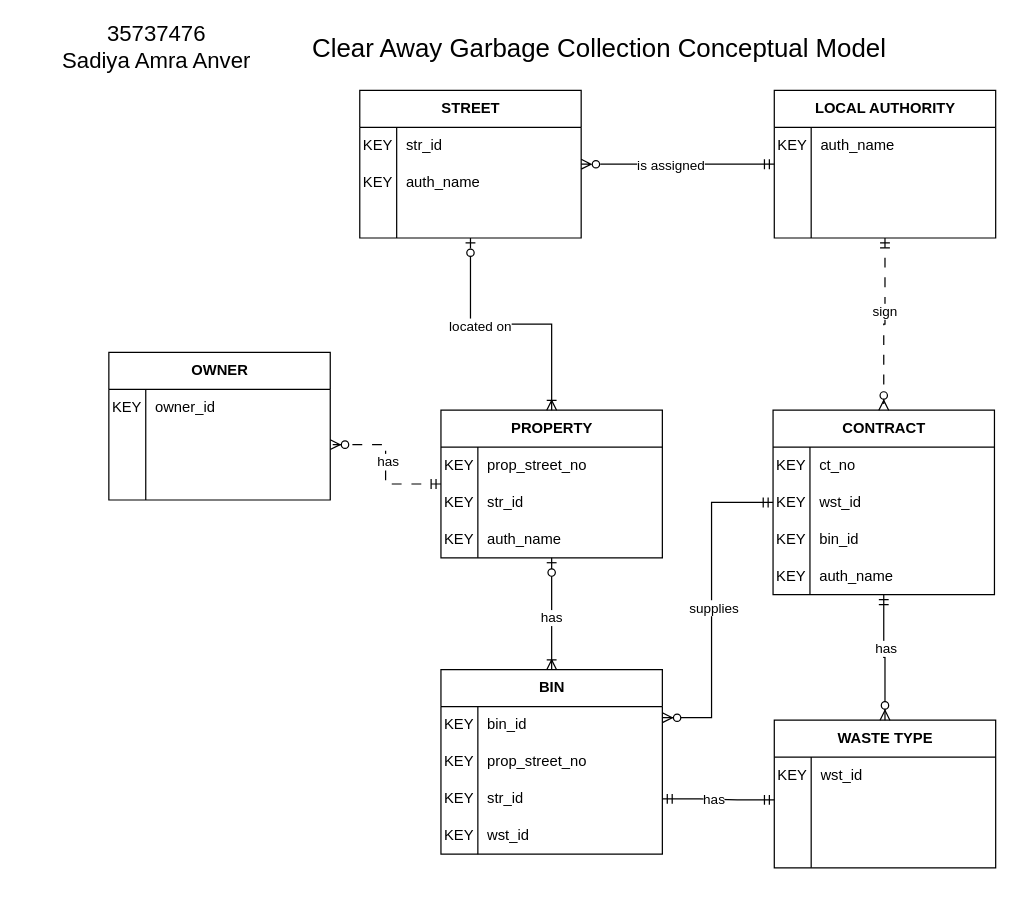
Above: page "Relationships" (2 of 3) of Assignments/Ass1/ca_conceptual.drawio in aanv0002/bigrig-movers-sql-database (draw.io), before the change. Source tidied: cells renumbered, new cells numbered last; positions are measured from the earlier drawing's top-left corner, leaving out a move shared by most shapes. Both pictures are drawn from the tidied source at 123%, with x=0, y=0 at pixel (21, 28).
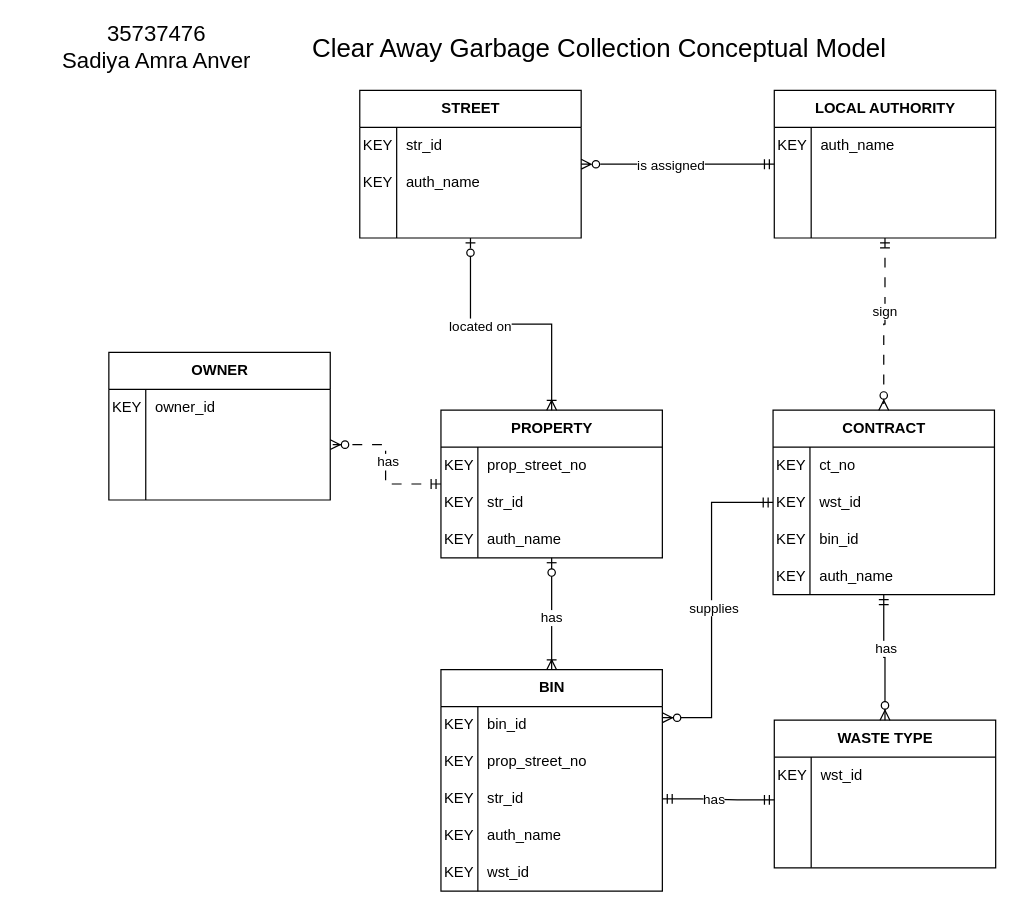
After the change.

Commit message (it also covers changes not shown here):
added auth_name to bin because auth_name is part of the unique identifiers/ primary keys  of property

Unchanged cells that the change refers to:
```xml
<mxCell id="52" style="shape=tableRow;horizontal=0;startSize=0;swimlaneHead=0;swimlaneBody=0;fillColor=none;top=0;left=0;right=0;bottom=0;" parent="42" vertex="1">
  <mxGeometry y="120" width="180" height="30" as="geometry" />
</mxCell>
```

The edit, as a diff of the source:
```diff
@@
     <mxCell id="42" value="BIN" style="shape=table;startSize=30;childLayout=tableLayout;rowLines=0;fontStyle=1;align=center;html=1;" parent="1" vertex="1">
-      <mxGeometry x="341" y="521" width="180" height="150" as="geometry" />
+      <mxGeometry x="341" y="521" width="180" height="180" as="geometry" />
     </mxCell>
@@
-    <mxCell id="54" value="wst_id" style="shape=partialRectangle;fillColor=none;top=0;left=0;bottom=0;right=0;align=left;spacingLeft=6;overflow=hidden;whiteSpace=wrap;html=1;" parent="52" vertex="1">
+    <mxCell id="54" value="auth_name" style="shape=partialRectangle;fillColor=none;top=0;left=0;bottom=0;right=0;align=left;spacingLeft=6;overflow=hidden;whiteSpace=wrap;html=1;" parent="52" vertex="1">
       <mxGeometry x="30" width="150" height="30" as="geometry" />
     </mxCell>
+    <mxCell id="96" style="shape=tableRow;horizontal=0;startSize=0;swimlaneHead=0;swimlaneBody=0;fillColor=none;top=0;left=0;right=0;bottom=0;" parent="42" vertex="1">
+      <mxGeometry y="150" width="180" height="30" as="geometry" />
+    </mxCell>
+    <mxCell id="97" value="KEY" style="shape=partialRectangle;fillColor=none;top=0;left=0;bottom=0;right=0;overflow=hidden;whiteSpace=wrap;html=1;" parent="96" vertex="1">
+      <mxGeometry width="30" height="30" as="geometry" />
+    </mxCell>
+    <mxCell id="98" value="wst_id" style="shape=partialRectangle;fillColor=none;top=0;left=0;bottom=0;right=0;align=left;spacingLeft=6;overflow=hidden;whiteSpace=wrap;html=1;" parent="96" vertex="1">
+      <mxGeometry x="30" width="150" height="30" as="geometry" />
+    </mxCell>
```
